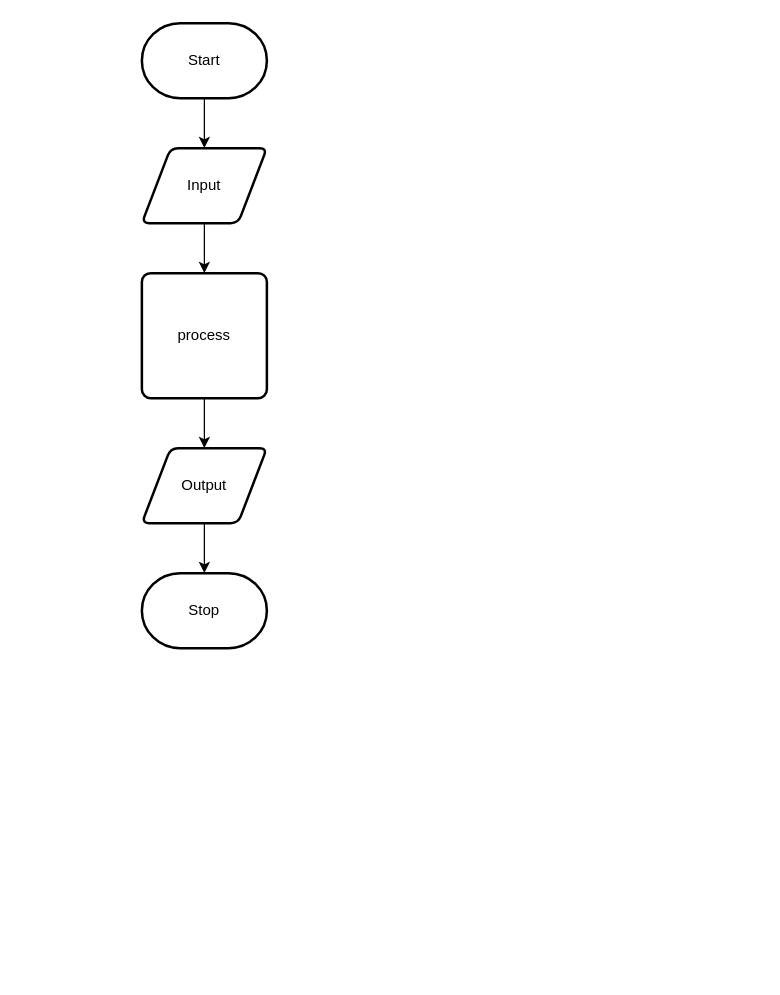
Earlier version of the draw.io diagram design/flow-chart.drawio (Claire-Bedrossian/ICS2O-Assignment-4-js). Source tidied: cells renumbered, new cells numbered last; positions are measured from the earlier drawing's top-left corner, leaving out a move shared by most shapes. Both pictures are drawn from the tidied source at 125%, with x=0, y=0 at pixel (141, 22).
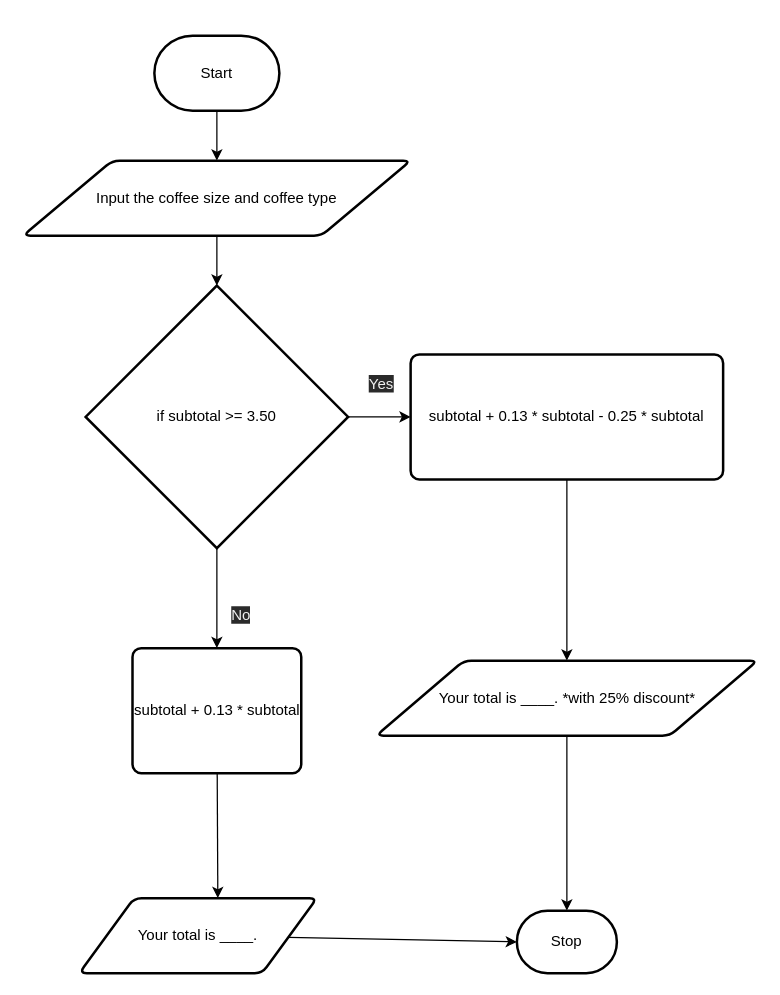
The same diagram, later.

Commit message (it also covers changes not shown here):
added flowchart and storyboard

Diff of the diagram source:
```diff
@@
-    <mxCell id="2" style="edgeStyle=none;html=1;" parent="1" edge="1" source="3" target="5">
-      <mxGeometry relative="1" as="geometry" />
-    </mxCell>
+    <mxCell id="11" style="edgeStyle=none;html=1;" parent="1" edge="1" source="3" target="13">
+      <mxGeometry relative="1" as="geometry" />
+    </mxCell>
     <mxCell id="3" value="Start" style="strokeWidth=2;html=1;shape=mxgraph.flowchart.terminator;whiteSpace=wrap;" parent="1" vertex="1">
-      <mxGeometry width="100" height="60" as="geometry" />
+      <mxGeometry x="10" y="10" width="100" height="60" as="geometry" />
     </mxCell>
-    <mxCell id="4" style="edgeStyle=none;html=1;" parent="1" edge="1" source="5" target="7">
-      <mxGeometry relative="1" as="geometry" />
-    </mxCell>
-    <mxCell id="5" value="Input" style="shape=parallelogram;html=1;strokeWidth=2;perimeter=parallelogramPerimeter;whiteSpace=wrap;rounded=1;arcSize=12;size=0.23;" parent="1" vertex="1">
-      <mxGeometry y="100" width="100" height="60" as="geometry" />
-    </mxCell>
-    <mxCell id="6" style="edgeStyle=none;html=1;" parent="1" edge="1" source="7" target="9">
-      <mxGeometry relative="1" as="geometry" />
-    </mxCell>
-    <mxCell id="7" value="process" style="rounded=1;whiteSpace=wrap;html=1;absoluteArcSize=1;arcSize=14;strokeWidth=2;" parent="1" vertex="1">
-      <mxGeometry y="200" width="100" height="100" as="geometry" />
-    </mxCell>
-    <mxCell id="8" style="edgeStyle=none;html=1;" parent="1" edge="1" source="9" target="10">
-      <mxGeometry relative="1" as="geometry" />
-    </mxCell>
-    <mxCell id="9" value="Output" style="shape=parallelogram;html=1;strokeWidth=2;perimeter=parallelogramPerimeter;whiteSpace=wrap;rounded=1;arcSize=12;size=0.23;" parent="1" vertex="1">
-      <mxGeometry y="340" width="100" height="60" as="geometry" />
-    </mxCell>
+    <mxCell id="12" style="edgeStyle=none;html=1;" parent="1" edge="1" source="13">
+      <mxGeometry relative="1" as="geometry">
+        <mxPoint x="60" y="210" as="targetPoint" />
+      </mxGeometry>
+    </mxCell>
+    <mxCell id="13" value="Input the coffee size and coffee type" style="shape=parallelogram;html=1;strokeWidth=2;perimeter=parallelogramPerimeter;whiteSpace=wrap;rounded=1;arcSize=12;size=0.23;" parent="1" vertex="1">
+      <mxGeometry x="-95" y="110" width="310" height="60" as="geometry" />
+    </mxCell>
+    <mxCell id="14" style="edgeStyle=none;html=1;entryX=0;entryY=0.5;entryDx=0;entryDy=0;entryPerimeter=0;" parent="1" edge="1" source="15" target="10">
+      <mxGeometry relative="1" as="geometry" />
+    </mxCell>
+    <mxCell id="15" value="&lt;span&gt;Your total is ____.&lt;/span&gt;" style="shape=parallelogram;html=1;strokeWidth=2;perimeter=parallelogramPerimeter;whiteSpace=wrap;rounded=1;arcSize=12;size=0.23;" parent="1" vertex="1">
+      <mxGeometry x="-50" y="700" width="190" height="60" as="geometry" />
+    </mxCell>
+    <mxCell id="16" style="edgeStyle=none;html=1;exitX=1;exitY=0.5;exitDx=0;exitDy=0;exitPerimeter=0;entryX=0;entryY=0.5;entryDx=0;entryDy=0;" parent="1" edge="1" source="18" target="26">
+      <mxGeometry relative="1" as="geometry" />
+    </mxCell>
+    <mxCell id="17" style="edgeStyle=none;html=1;entryX=0.5;entryY=0;entryDx=0;entryDy=0;" parent="1" edge="1" source="18" target="24">
+      <mxGeometry relative="1" as="geometry" />
+    </mxCell>
+    <mxCell id="18" value="if subtotal &amp;gt;= 3.50" style="strokeWidth=2;html=1;shape=mxgraph.flowchart.decision;whiteSpace=wrap;" parent="1" vertex="1">
+      <mxGeometry x="-45" y="210" width="210" height="210" as="geometry" />
+    </mxCell>
+    <mxCell id="19" value="&lt;span style=&quot;color: rgb(240 , 240 , 240) ; font-family: &amp;#34;helvetica&amp;#34; ; font-size: 12px ; font-style: normal ; font-weight: 400 ; letter-spacing: normal ; text-align: center ; text-indent: 0px ; text-transform: none ; word-spacing: 0px ; background-color: rgb(42 , 42 , 42) ; display: inline ; float: none&quot;&gt;No&lt;/span&gt;" style="text;whiteSpace=wrap;html=1;" parent="1" vertex="1">
+      <mxGeometry x="70" y="460" width="20" height="30" as="geometry" />
+    </mxCell>
+    <mxCell id="20" value="&lt;span style=&quot;color: rgb(240 , 240 , 240) ; font-family: &amp;#34;helvetica&amp;#34; ; font-size: 12px ; font-style: normal ; font-weight: 400 ; letter-spacing: normal ; text-align: center ; text-indent: 0px ; text-transform: none ; word-spacing: 0px ; background-color: rgb(42 , 42 , 42) ; display: inline ; float: none&quot;&gt;Yes&lt;/span&gt;" style="text;whiteSpace=wrap;html=1;" parent="1" vertex="1">
+      <mxGeometry x="180" y="275" width="20" height="30" as="geometry" />
+    </mxCell>
+    <mxCell id="21" style="edgeStyle=none;html=1;" parent="1" edge="1" source="22" target="10">
+      <mxGeometry relative="1" as="geometry" />
+    </mxCell>
+    <mxCell id="22" value="Your total is ____. *with 25% discount*" style="shape=parallelogram;html=1;strokeWidth=2;perimeter=parallelogramPerimeter;whiteSpace=wrap;rounded=1;arcSize=12;size=0.23;" parent="1" vertex="1">
+      <mxGeometry x="187.5" y="510" width="305" height="60" as="geometry" />
+    </mxCell>
     <mxCell id="10" value="Stop" style="strokeWidth=2;html=1;shape=mxgraph.flowchart.terminator;whiteSpace=wrap;" parent="1" vertex="1">
-      <mxGeometry y="440" width="100" height="60" as="geometry" />
+      <mxGeometry x="300" y="710" width="80" height="50" as="geometry" />
     </mxCell>
+    <mxCell id="23" style="edgeStyle=none;html=1;entryX=0.583;entryY=0;entryDx=0;entryDy=0;entryPerimeter=0;" parent="1" edge="1" source="24" target="15">
+      <mxGeometry relative="1" as="geometry" />
+    </mxCell>
+    <mxCell id="24" value="subtotal + 0.13 * subtotal" style="rounded=1;whiteSpace=wrap;html=1;absoluteArcSize=1;arcSize=14;strokeWidth=2;" parent="1" vertex="1">
+      <mxGeometry x="-7.5" y="500" width="135" height="100" as="geometry" />
+    </mxCell>
+    <mxCell id="25" style="edgeStyle=none;html=1;entryX=0.5;entryY=0;entryDx=0;entryDy=0;" parent="1" edge="1" source="26" target="22">
+      <mxGeometry relative="1" as="geometry" />
+    </mxCell>
+    <mxCell id="26" value="subtotal + 0.13 * subtotal - 0.25 * subtotal" style="rounded=1;whiteSpace=wrap;html=1;absoluteArcSize=1;arcSize=14;strokeWidth=2;" parent="1" vertex="1">
+      <mxGeometry x="215" y="265" width="250" height="100" as="geometry" />
+    </mxCell>
```
